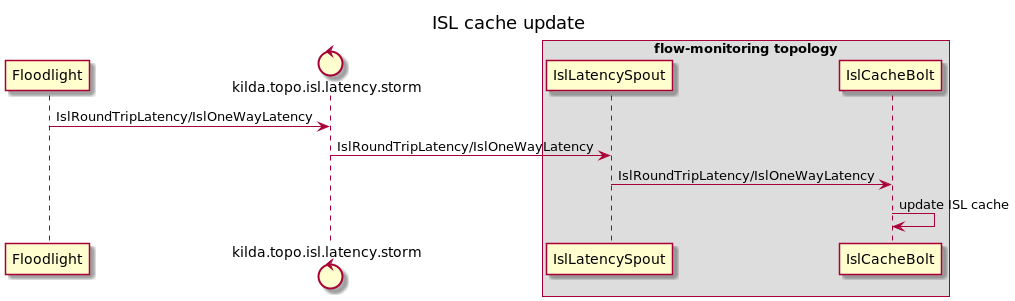
The PlantUML diagram docs/design/flow-monitoring/isl-cache-update.png in telstra/open-kilda, before a commit. The source it was exported from:
```plantuml
@startuml
title ISL cache update

participant Floodlight
control kilda.topo.isl.latency.storm
box flow-monitoring topology
participant IslLatencySpout
participant IslCacheBolt
end box

Floodlight -> kilda.topo.isl.latency.storm : IslRoundTripLatency/IslOneWayLatency
kilda.topo.isl.latency.storm -> IslLatencySpout : IslRoundTripLatency/IslOneWayLatency
IslLatencySpout -> IslCacheBolt : IslRoundTripLatency/IslOneWayLatency
IslCacheBolt -> IslCacheBolt : update ISL cache

@enduml
```
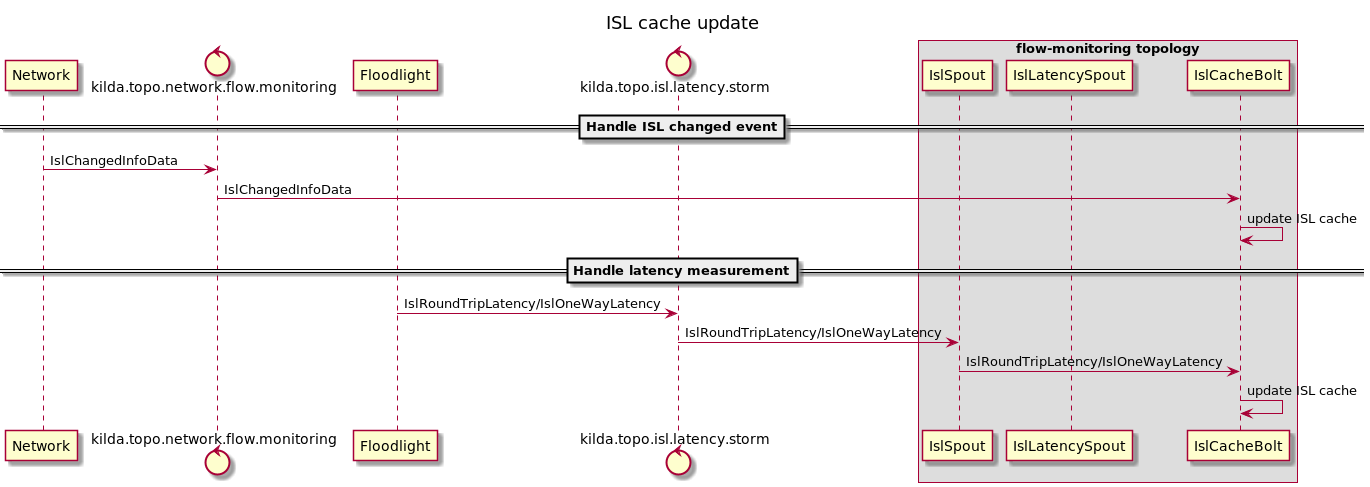
After the change.

Change to the diagram source:
```diff
@@ -1,16 +1,24 @@
 @startuml
 title ISL cache update
 
+participant Network
+control kilda.topo.network.flow.monitoring
 participant Floodlight
 control kilda.topo.isl.latency.storm
 box flow-monitoring topology
+participant IslSpout
 participant IslLatencySpout
 participant IslCacheBolt
 end box
 
+==Handle ISL changed event==
+Network -> kilda.topo.network.flow.monitoring : IslChangedInfoData
+kilda.topo.network.flow.monitoring -> IslCacheBolt : IslChangedInfoData
+IslCacheBolt -> IslCacheBolt : update ISL cache
+==Handle latency measurement==
 Floodlight -> kilda.topo.isl.latency.storm : IslRoundTripLatency/IslOneWayLatency
-kilda.topo.isl.latency.storm -> IslLatencySpout : IslRoundTripLatency/IslOneWayLatency
-IslLatencySpout -> IslCacheBolt : IslRoundTripLatency/IslOneWayLatency
+kilda.topo.isl.latency.storm -> IslSpout : IslRoundTripLatency/IslOneWayLatency
+IslSpout -> IslCacheBolt : IslRoundTripLatency/IslOneWayLatency
 IslCacheBolt -> IslCacheBolt : update ISL cache
 
 @enduml
```
